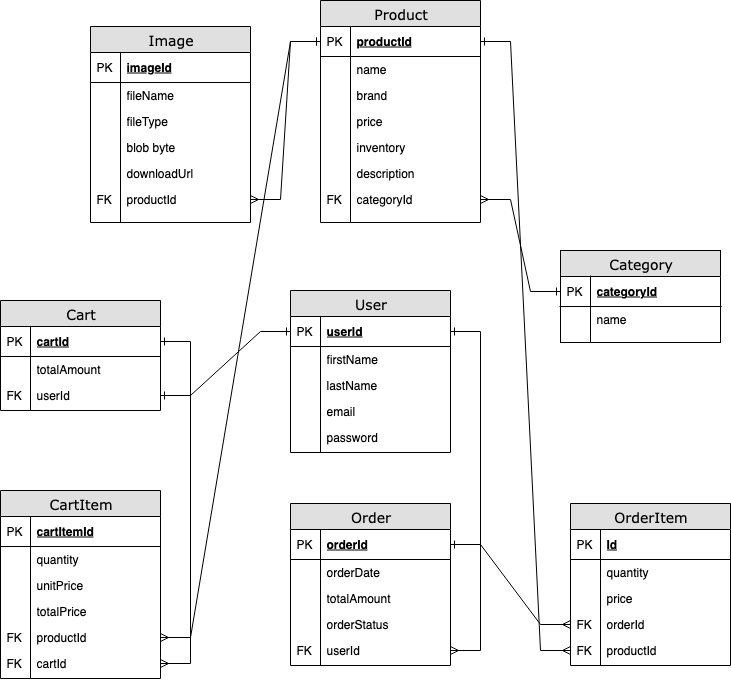
Earlier version of the draw.io export screenshots/shopping-cart-erd.drawio.png (tgoldenphoenix/ShoppingCart-SpringBoot). Source tidied: cells renumbered, new cells last; positions are measured from the earlier drawing's top-left corner, leaving out a move shared by most shapes.
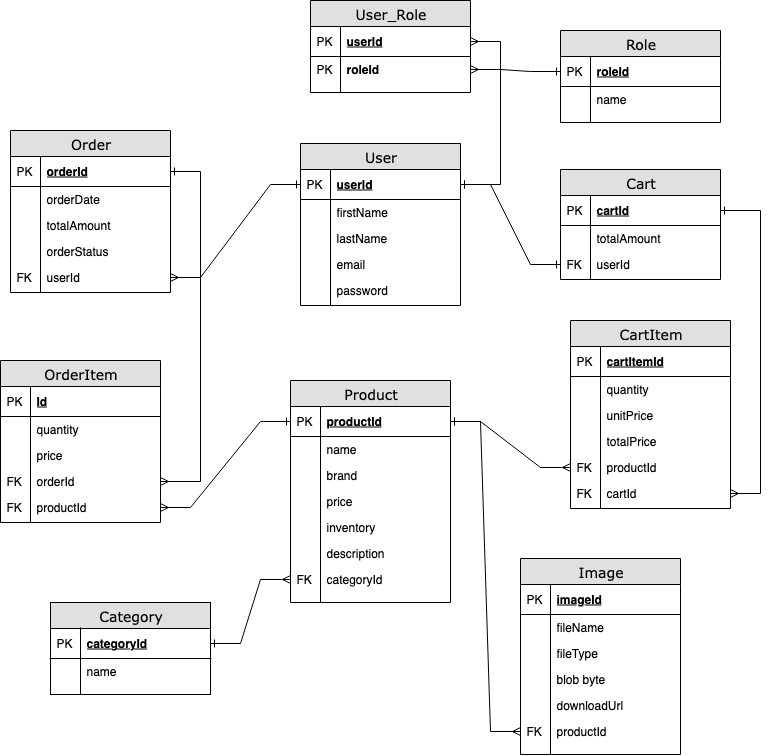
Above is the later version.

Commit message:
add controller add item to cart

What changed in the source:
```diff
@@ -3,7 +3,7 @@
     <mxCell id="0" />
     <mxCell id="1" parent="0" />
     <mxCell id="2" value="&lt;div&gt;Category&lt;/div&gt;" style="swimlane;html=1;fontStyle=0;horizontal=1;startSize=26;fillColor=#e0e0e0;swimlaneFillColor=#ffffff;align=center;rounded=0;shadow=0;comic=0;labelBackgroundColor=none;strokeWidth=1;fontFamily=Verdana;fontSize=14;" parent="1" vertex="1">
-      <mxGeometry x="560" y="250" width="160" height="92" as="geometry" />
+      <mxGeometry x="70" y="462" width="160" height="92" as="geometry" />
     </mxCell>
     <mxCell id="3" value="categoryId" style="shape=partialRectangle;top=0;left=0;right=0;bottom=1;html=1;align=left;verticalAlign=middle;fillColor=none;spacingLeft=34;spacingRight=4;whiteSpace=wrap;overflow=hidden;points=[[0,0.5],[1,0.5]];portConstraint=eastwest;fontStyle=5;" parent="2" vertex="1">
       <mxGeometry y="26" width="160" height="30" as="geometry" />
@@ -24,7 +24,7 @@
       <mxGeometry width="30" height="10" as="geometry" />
     </mxCell>
     <mxCell id="9" value="Product" style="swimlane;html=1;fontStyle=0;horizontal=1;startSize=26;fillColor=#e0e0e0;swimlaneFillColor=#ffffff;align=center;rounded=0;shadow=0;comic=0;labelBackgroundColor=none;strokeWidth=1;fontFamily=Verdana;fontSize=14;" parent="1" vertex="1">
-      <mxGeometry x="320" width="160" height="222" as="geometry" />
+      <mxGeometry x="310" y="240" width="160" height="222" as="geometry" />
     </mxCell>
     <mxCell id="10" value="productId" style="shape=partialRectangle;top=0;left=0;right=0;bottom=1;html=1;align=left;verticalAlign=middle;fillColor=none;spacingLeft=34;spacingRight=4;whiteSpace=wrap;overflow=hidden;points=[[0,0.5],[1,0.5]];portConstraint=eastwest;fontStyle=5;" parent="9" vertex="1">
       <mxGeometry y="26" width="160" height="30" as="geometry" />
@@ -75,7 +75,7 @@
       <mxGeometry width="30" height="10" as="geometry" />
     </mxCell>
     <mxCell id="26" value="Image" style="swimlane;html=1;fontStyle=0;horizontal=1;startSize=26;fillColor=#e0e0e0;swimlaneFillColor=#ffffff;align=center;rounded=0;shadow=0;comic=0;labelBackgroundColor=none;strokeWidth=1;fontFamily=Verdana;fontSize=14;" parent="1" vertex="1">
-      <mxGeometry x="90" y="26" width="160" height="196" as="geometry" />
+      <mxGeometry x="540" y="418" width="160" height="196" as="geometry" />
     </mxCell>
     <mxCell id="27" value="imageId" style="shape=partialRectangle;top=0;left=0;right=0;bottom=1;html=1;align=left;verticalAlign=middle;fillColor=none;spacingLeft=34;spacingRight=4;whiteSpace=wrap;overflow=hidden;fontStyle=5;" parent="26" vertex="1">
       <mxGeometry y="26" width="160" height="30" as="geometry" />
@@ -122,8 +122,8 @@
     <mxCell id="41" style="edgeStyle=entityRelationEdgeStyle;fontSize=12;html=1;endArrow=ERone;rounded=0;startArrow=ERmany;startFill=0;endFill=0;" parent="1" edge="1" source="22" target="3">
       <mxGeometry relative="1" as="geometry">
         <Array as="points">
-          <mxPoint x="200" y="260" />
-          <mxPoint x="180" y="280" />
+          <mxPoint x="190" y="500" />
+          <mxPoint x="170" y="520" />
         </Array>
       </mxGeometry>
     </mxCell>
@@ -131,7 +131,7 @@
       <mxGeometry relative="1" as="geometry" />
     </mxCell>
     <mxCell id="43" value="Cart" style="swimlane;html=1;fontStyle=0;horizontal=1;startSize=26;fillColor=#e0e0e0;swimlaneFillColor=#ffffff;align=center;rounded=0;shadow=0;comic=0;labelBackgroundColor=none;strokeWidth=1;fontFamily=Verdana;fontSize=14;" parent="1" vertex="1">
-      <mxGeometry y="300" width="160" height="110" as="geometry" />
+      <mxGeometry x="580" y="29" width="160" height="110" as="geometry" />
     </mxCell>
     <mxCell id="44" value="cartId" style="shape=partialRectangle;top=0;left=0;right=0;bottom=1;html=1;align=left;verticalAlign=middle;fillColor=none;spacingLeft=34;spacingRight=4;whiteSpace=wrap;overflow=hidden;points=[[0,0.5],[1,0.5]];portConstraint=eastwest;fontStyle=5;" parent="43" vertex="1">
       <mxGeometry y="26" width="160" height="30" as="geometry" />
@@ -158,7 +158,7 @@
       <mxGeometry width="30" height="2" as="geometry" />
     </mxCell>
     <mxCell id="52" value="CartItem" style="swimlane;html=1;fontStyle=0;horizontal=1;startSize=26;fillColor=#e0e0e0;swimlaneFillColor=#ffffff;align=center;rounded=0;shadow=0;comic=0;labelBackgroundColor=none;strokeWidth=1;fontFamily=Verdana;fontSize=14;" parent="1" vertex="1">
-      <mxGeometry y="490" width="160" height="188" as="geometry" />
+      <mxGeometry x="590" y="180" width="160" height="188" as="geometry" />
     </mxCell>
     <mxCell id="53" value="cartItemId" style="shape=partialRectangle;top=0;left=0;right=0;bottom=1;html=1;align=left;verticalAlign=middle;fillColor=none;spacingLeft=34;spacingRight=4;whiteSpace=wrap;overflow=hidden;fontStyle=5;" parent="52" vertex="1">
       <mxGeometry y="26" width="160" height="30" as="geometry" />
@@ -209,7 +209,7 @@
       <mxGeometry relative="1" as="geometry" />
     </mxCell>
     <mxCell id="69" value="User" style="swimlane;html=1;fontStyle=0;horizontal=1;startSize=26;fillColor=#e0e0e0;swimlaneFillColor=#ffffff;align=center;rounded=0;shadow=0;comic=0;labelBackgroundColor=none;strokeWidth=1;fontFamily=Verdana;fontSize=14;" parent="1" vertex="1">
-      <mxGeometry x="290" y="290" width="160" height="162" as="geometry" />
+      <mxGeometry x="320" y="3" width="160" height="162" as="geometry" />
     </mxCell>
     <mxCell id="70" value="userId" style="shape=partialRectangle;top=0;left=0;right=0;bottom=1;html=1;align=left;verticalAlign=middle;fillColor=none;spacingLeft=34;spacingRight=4;whiteSpace=wrap;overflow=hidden;points=[[0,0.5],[1,0.5]];portConstraint=eastwest;fontStyle=5;" parent="69" vertex="1">
       <mxGeometry y="26" width="160" height="30" as="geometry" />
@@ -248,7 +248,7 @@
       <mxGeometry width="30" height="2" as="geometry" />
     </mxCell>
     <mxCell id="82" value="Order" style="swimlane;html=1;fontStyle=0;horizontal=1;startSize=26;fillColor=#e0e0e0;swimlaneFillColor=#ffffff;align=center;rounded=0;shadow=0;comic=0;labelBackgroundColor=none;strokeWidth=1;fontFamily=Verdana;fontSize=14;" parent="1" vertex="1">
-      <mxGeometry x="290" y="503" width="160" height="162" as="geometry" />
+      <mxGeometry x="30" y="-10" width="160" height="162" as="geometry" />
     </mxCell>
     <mxCell id="83" value="orderId" style="shape=partialRectangle;top=0;left=0;right=0;bottom=1;html=1;align=left;verticalAlign=middle;fillColor=none;spacingLeft=34;spacingRight=4;whiteSpace=wrap;overflow=hidden;points=[[0,0.5],[1,0.5]];portConstraint=eastwest;fontStyle=5;" parent="82" vertex="1">
       <mxGeometry y="26" width="160" height="30" as="geometry" />
@@ -287,7 +287,7 @@
       <mxGeometry width="30" height="2" as="geometry" />
     </mxCell>
     <mxCell id="95" value="OrderItem" style="swimlane;html=1;fontStyle=0;horizontal=1;startSize=26;fillColor=#e0e0e0;swimlaneFillColor=#ffffff;align=center;rounded=0;shadow=0;comic=0;labelBackgroundColor=none;strokeWidth=1;fontFamily=Verdana;fontSize=14;" parent="1" vertex="1">
-      <mxGeometry x="570" y="503" width="160" height="162" as="geometry" />
+      <mxGeometry x="20" y="220" width="160" height="162" as="geometry" />
     </mxCell>
     <mxCell id="96" value="Id" style="shape=partialRectangle;top=0;left=0;right=0;bottom=1;html=1;align=left;verticalAlign=middle;fillColor=none;spacingLeft=34;spacingRight=4;whiteSpace=wrap;overflow=hidden;fontStyle=5;" parent="95" vertex="1">
       <mxGeometry y="26" width="160" height="30" as="geometry" />
@@ -337,5 +337,53 @@
     <mxCell id="111" style="edgeStyle=entityRelationEdgeStyle;fontSize=12;html=1;endArrow=ERone;startArrow=ERone;rounded=0;endFill=0;startFill=0;" parent="1" edge="1" source="70" target="48">
       <mxGeometry relative="1" as="geometry" />
     </mxCell>
+    <mxCell id="112" value="Role" style="swimlane;html=1;fontStyle=0;horizontal=1;startSize=26;fillColor=#e0e0e0;swimlaneFillColor=#ffffff;align=center;rounded=0;shadow=0;comic=0;labelBackgroundColor=none;strokeWidth=1;fontFamily=Verdana;fontSize=14;" parent="1" vertex="1">
+      <mxGeometry x="580" y="-110" width="160" height="92" as="geometry" />
+    </mxCell>
+    <mxCell id="113" value="roleId" style="shape=partialRectangle;top=0;left=0;right=0;bottom=1;html=1;align=left;verticalAlign=middle;fillColor=none;spacingLeft=34;spacingRight=4;whiteSpace=wrap;overflow=hidden;points=[[0,0.5],[1,0.5]];portConstraint=eastwest;fontStyle=5;" parent="112" vertex="1">
+      <mxGeometry y="26" width="160" height="30" as="geometry" />
+    </mxCell>
+    <mxCell id="114" value="PK" style="shape=partialRectangle;top=0;left=0;bottom=0;html=1;fillColor=none;align=left;verticalAlign=middle;spacingLeft=4;spacingRight=4;whiteSpace=wrap;overflow=hidden;" parent="113" vertex="1">
+      <mxGeometry width="30" height="30" as="geometry" />
+    </mxCell>
+    <mxCell id="115" value="name" style="shape=partialRectangle;top=0;left=0;right=0;bottom=0;html=1;align=left;verticalAlign=top;fillColor=none;spacingLeft=34;spacingRight=4;whiteSpace=wrap;overflow=hidden;" parent="112" vertex="1">
+      <mxGeometry y="56" width="160" height="26" as="geometry" />
+    </mxCell>
+    <mxCell id="116" style="shape=partialRectangle;top=0;left=0;bottom=0;html=1;fillColor=none;align=left;verticalAlign=top;spacingLeft=4;spacingRight=4;whiteSpace=wrap;overflow=hidden;" parent="115" vertex="1">
+      <mxGeometry width="30" height="26" as="geometry" />
+    </mxCell>
+    <mxCell id="117" style="shape=partialRectangle;top=0;left=0;right=0;bottom=0;html=1;align=left;verticalAlign=top;fillColor=none;spacingLeft=34;spacingRight=4;whiteSpace=wrap;overflow=hidden;" parent="112" vertex="1">
+      <mxGeometry y="82" width="160" height="10" as="geometry" />
+    </mxCell>
+    <mxCell id="118" style="shape=partialRectangle;top=0;left=0;bottom=0;html=1;fillColor=none;align=left;verticalAlign=top;spacingLeft=4;spacingRight=4;whiteSpace=wrap;overflow=hidden;" parent="117" vertex="1">
+      <mxGeometry width="30" height="10" as="geometry" />
+    </mxCell>
+    <mxCell id="119" value="User_Role" style="swimlane;html=1;fontStyle=0;horizontal=1;startSize=26;fillColor=#e0e0e0;swimlaneFillColor=#ffffff;align=center;rounded=0;shadow=0;comic=0;labelBackgroundColor=none;strokeWidth=1;fontFamily=Verdana;fontSize=14;" parent="1" vertex="1">
+      <mxGeometry x="330" y="-140" width="160" height="92" as="geometry" />
+    </mxCell>
+    <mxCell id="120" value="userId" style="shape=partialRectangle;top=0;left=0;right=0;bottom=1;html=1;align=left;verticalAlign=middle;fillColor=none;spacingLeft=34;spacingRight=4;whiteSpace=wrap;overflow=hidden;points=[[0,0.5],[1,0.5]];portConstraint=eastwest;fontStyle=5;" parent="119" vertex="1">
+      <mxGeometry y="26" width="160" height="30" as="geometry" />
+    </mxCell>
+    <mxCell id="121" value="PK" style="shape=partialRectangle;top=0;left=0;bottom=0;html=1;fillColor=none;align=left;verticalAlign=middle;spacingLeft=4;spacingRight=4;whiteSpace=wrap;overflow=hidden;" parent="120" vertex="1">
+      <mxGeometry width="30" height="30" as="geometry" />
+    </mxCell>
+    <mxCell id="122" value="&lt;b&gt;roleId&lt;/b&gt;" style="shape=partialRectangle;top=0;left=0;right=0;bottom=0;html=1;align=left;verticalAlign=top;fillColor=none;spacingLeft=34;spacingRight=4;whiteSpace=wrap;overflow=hidden;points=[[0,0.5],[1,0.5]];portConstraint=eastwest;" parent="119" vertex="1">
+      <mxGeometry y="56" width="160" height="26" as="geometry" />
+    </mxCell>
+    <mxCell id="123" value="PK" style="shape=partialRectangle;top=0;left=0;bottom=0;html=1;fillColor=none;align=left;verticalAlign=top;spacingLeft=4;spacingRight=4;whiteSpace=wrap;overflow=hidden;" parent="122" vertex="1">
+      <mxGeometry width="30" height="26" as="geometry" />
+    </mxCell>
+    <mxCell id="124" style="shape=partialRectangle;top=0;left=0;right=0;bottom=0;html=1;align=left;verticalAlign=top;fillColor=none;spacingLeft=34;spacingRight=4;whiteSpace=wrap;overflow=hidden;" parent="119" vertex="1">
+      <mxGeometry y="82" width="160" height="10" as="geometry" />
+    </mxCell>
+    <mxCell id="125" style="shape=partialRectangle;top=0;left=0;bottom=0;html=1;fillColor=none;align=left;verticalAlign=top;spacingLeft=4;spacingRight=4;whiteSpace=wrap;overflow=hidden;" parent="124" vertex="1">
+      <mxGeometry width="30" height="10" as="geometry" />
+    </mxCell>
+    <mxCell id="126" style="edgeStyle=entityRelationEdgeStyle;fontSize=12;html=1;endArrow=ERone;startArrow=ERmany;rounded=0;endFill=0;" parent="1" edge="1" source="122" target="113">
+      <mxGeometry relative="1" as="geometry" />
+    </mxCell>
+    <mxCell id="127" style="edgeStyle=entityRelationEdgeStyle;fontSize=12;html=1;endArrow=ERone;startArrow=ERmany;rounded=0;endFill=0;" parent="1" edge="1" source="120" target="70">
+      <mxGeometry relative="1" as="geometry" />
+    </mxCell>
   </root>
 </mxGraphModel>
```
